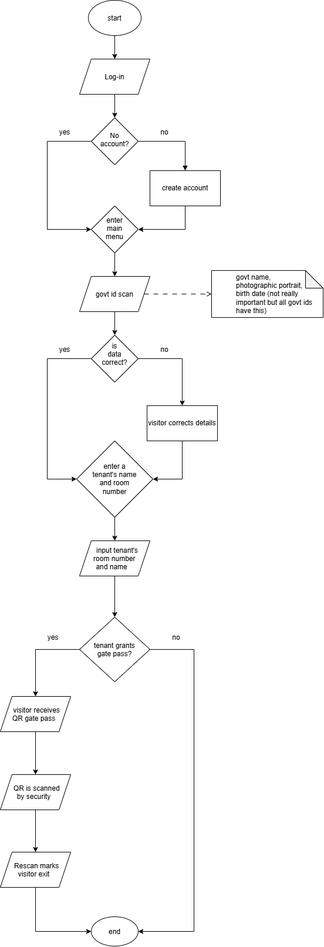
Earlier version of the draw.io export assets/images/visitor-gate-pass-business-process-flowchart.png (JamesInopia/visitor-gate-pass-app). Source tidied: cells renumbered, new cells last; positions are measured from the earlier drawing's top-left corner, leaving out a move shared by most shapes.
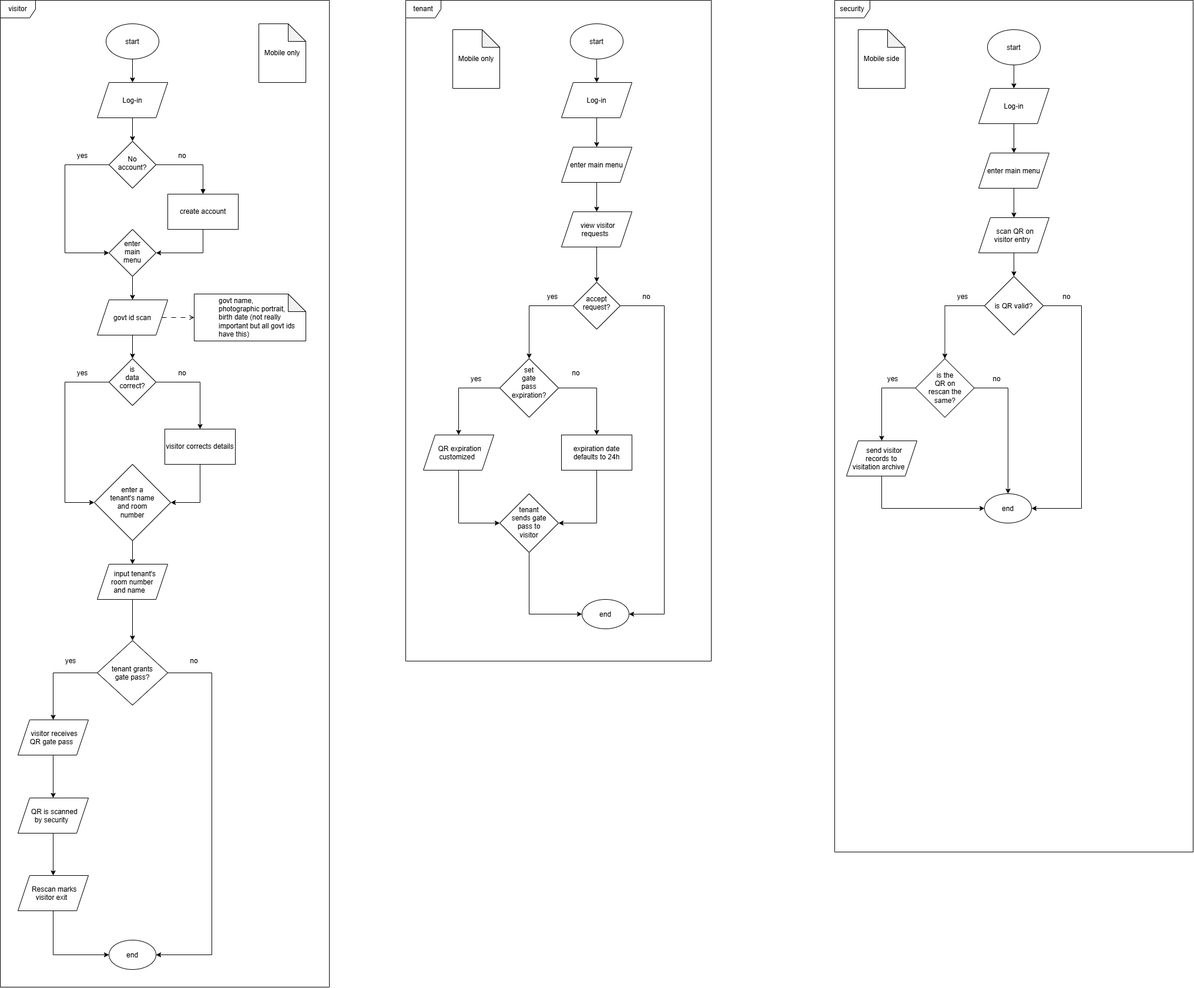
Later version of the same file.

Commit message:
docs/updated-process-flowchart

The edit, as a diff of the source:
```diff
@@ -134,10 +134,177 @@
       <mxGeometry x="155" y="1560" width="80" height="50" as="geometry" />
     </mxCell>
     <mxCell id="40" value="&lt;blockquote style=&quot;margin: 0 0 0 40px; border: none; padding: 0px;&quot;&gt;govt name,&lt;br&gt;photographic portrait, &lt;div style=&quot;&quot;&gt;&lt;span style=&quot;background-color: transparent; color: light-dark(rgb(0, 0, 0), rgb(255, 255, 255));&quot;&gt;birth date (not really important but all govt ids have this)&lt;/span&gt;&lt;/div&gt;&lt;/blockquote&gt;" style="shape=note;whiteSpace=wrap;html=1;backgroundOutline=1;darkOpacity=0.05;align=left;" parent="1" vertex="1">
-      <mxGeometry x="360" y="460" width="190" height="80" as="geometry" />
+      <mxGeometry x="300" y="460" width="190" height="80" as="geometry" />
     </mxCell>
     <mxCell id="41" style="edgeStyle=orthogonalEdgeStyle;rounded=0;jettySize=auto;html=1;exitX=1;exitY=0.5;exitDx=0;exitDy=0;entryX=0;entryY=0.5;entryDx=0;entryDy=0;entryPerimeter=0;dashed=1;dashPattern=8 8;endArrow=open;endFill=0;" parent="1" edge="1" source="16" target="40">
       <mxGeometry relative="1" as="geometry" />
     </mxCell>
+    <mxCell id="42" value="visitor" style="shape=umlFrame;whiteSpace=wrap;html=1;" parent="1" vertex="1">
+      <mxGeometry x="-30" y="-40" width="560" height="1680" as="geometry" />
+    </mxCell>
+    <mxCell id="43" value="tenant" style="shape=umlFrame;whiteSpace=wrap;html=1;" parent="1" vertex="1">
+      <mxGeometry x="660" y="-40" width="520" height="1125" as="geometry" />
+    </mxCell>
+    <mxCell id="44" value="security" style="shape=umlFrame;whiteSpace=wrap;html=1;" parent="1" vertex="1">
+      <mxGeometry x="1390" y="-40" width="610" height="1450" as="geometry" />
+    </mxCell>
+    <mxCell id="45" style="edgeStyle=orthogonalEdgeStyle;rounded=0;jettySize=auto;html=1;exitX=0.5;exitY=1;exitDx=0;exitDy=0;entryX=0.5;entryY=0;entryDx=0;entryDy=0;" parent="1" edge="1" source="46" target="48">
+      <mxGeometry relative="1" as="geometry" />
+    </mxCell>
+    <mxCell id="46" value="start" style="ellipse;whiteSpace=wrap;html=1;shapeInside=1;" parent="1" vertex="1">
+      <mxGeometry x="940" width="90" height="60" as="geometry" />
+    </mxCell>
+    <mxCell id="47" style="edgeStyle=orthogonalEdgeStyle;rounded=0;jettySize=auto;html=1;exitX=0.5;exitY=1;exitDx=0;exitDy=0;entryX=0.5;entryY=0;entryDx=0;entryDy=0;" parent="1" edge="1" source="48" target="63">
+      <mxGeometry relative="1" as="geometry" />
+    </mxCell>
+    <mxCell id="48" value="Log-in" style="shape=parallelogram;perimeter=parallelogramPerimeter;whiteSpace=wrap;html=1;shapeInside=1;fixedSize=1;" parent="1" vertex="1">
+      <mxGeometry x="925" y="100" width="120" height="60" as="geometry" />
+    </mxCell>
+    <mxCell id="49" value="Mobile only" style="shape=note;whiteSpace=wrap;html=1;backgroundOutline=1;darkOpacity=0.05;" parent="1" vertex="1">
+      <mxGeometry x="410" width="80" height="100" as="geometry" />
+    </mxCell>
+    <mxCell id="50" value="Mobile only" style="shape=note;whiteSpace=wrap;html=1;backgroundOutline=1;darkOpacity=0.05;" parent="1" vertex="1">
+      <mxGeometry x="740" y="10" width="80" height="100" as="geometry" />
+    </mxCell>
+    <mxCell id="51" value="Mobile side" style="shape=note;whiteSpace=wrap;html=1;backgroundOutline=1;darkOpacity=0.05;" parent="1" vertex="1">
+      <mxGeometry x="1430" y="10" width="80" height="100" as="geometry" />
+    </mxCell>
+    <mxCell id="52" style="edgeStyle=orthogonalEdgeStyle;rounded=0;jettySize=auto;html=1;exitX=0.5;exitY=1;exitDx=0;exitDy=0;entryX=0.5;entryY=0;entryDx=0;entryDy=0;" parent="1" edge="1" source="53" target="60">
+      <mxGeometry relative="1" as="geometry" />
+    </mxCell>
+    <mxCell id="53" value="view visitor requests" style="shape=parallelogram;perimeter=parallelogramPerimeter;whiteSpace=wrap;html=1;shapeInside=1;fixedSize=1;" parent="1" vertex="1">
+      <mxGeometry x="925" y="320" width="120" height="60" as="geometry" />
+    </mxCell>
+    <mxCell id="54" style="edgeStyle=orthogonalEdgeStyle;rounded=0;jettySize=auto;html=1;exitX=1;exitY=0.5;exitDx=0;exitDy=0;entryX=1;entryY=0.5;entryDx=0;entryDy=0;" parent="1" edge="1" target="71">
+      <mxGeometry x="0.04" relative="1" as="geometry">
+        <mxPoint x="995" y="480" as="sourcePoint" />
+        <Array as="points">
+          <mxPoint x="1100" y="480" />
+          <mxPoint x="1100" y="1005" />
+        </Array>
+      </mxGeometry>
+    </mxCell>
+    <mxCell id="55" style="edgeStyle=orthogonalEdgeStyle;rounded=0;jettySize=auto;html=1;exitX=0;exitY=0.5;exitDx=0;exitDy=0;entryX=0.5;entryY=0;entryDx=0;entryDy=0;" parent="1" edge="1" source="60" target="57">
+      <mxGeometry x="0.01" relative="1" as="geometry" />
+    </mxCell>
+    <mxCell id="56" style="edgeStyle=orthogonalEdgeStyle;rounded=0;jettySize=auto;html=1;exitX=1;exitY=0.5;exitDx=0;exitDy=0;entryX=0.5;entryY=0;entryDx=0;entryDy=0;" parent="1" edge="1" source="57" target="59">
+      <mxGeometry relative="1" as="geometry" />
+    </mxCell>
+    <mxCell id="57" value="set gate pass expiration?" style="rhombus;whiteSpace=wrap;html=1;shapeInside=1;" parent="1" vertex="1">
+      <mxGeometry x="820" y="570" width="100" height="100" as="geometry" />
+    </mxCell>
+    <mxCell id="58" style="edgeStyle=orthogonalEdgeStyle;rounded=0;jettySize=auto;html=1;exitX=0.5;exitY=1;exitDx=0;exitDy=0;entryX=1;entryY=0.5;entryDx=0;entryDy=0;" parent="1" edge="1" source="59" target="70">
+      <mxGeometry relative="1" as="geometry" />
+    </mxCell>
+    <mxCell id="59" value="expiration date defaults to 24h" style="shape=parallelogram;perimeter=parallelogramPerimeter;whiteSpace=wrap;html=1;shapeInside=1;fixedSize=1;size=-5;" parent="1" vertex="1">
+      <mxGeometry x="925" y="700" width="120" height="60" as="geometry" />
+    </mxCell>
+    <mxCell id="60" value="accept request?" style="rhombus;whiteSpace=wrap;html=1;shapeInside=1;" parent="1" vertex="1">
+      <mxGeometry x="945" y="440" width="80" height="80" as="geometry" />
+    </mxCell>
+    <mxCell id="61" value="yes" style="text;html=1;whiteSpace=wrap;strokeColor=none;fillColor=none;align=center;verticalAlign=middle;rounded=0;" parent="1" vertex="1">
+      <mxGeometry x="880" y="450" width="60" height="30" as="geometry" />
+    </mxCell>
+    <mxCell id="62" value="no" style="text;html=1;whiteSpace=wrap;strokeColor=none;fillColor=none;align=center;verticalAlign=middle;rounded=0;" parent="1" vertex="1">
+      <mxGeometry x="1040" y="450" width="60" height="30" as="geometry" />
+    </mxCell>
+    <mxCell id="63" value="enter main menu" style="shape=parallelogram;perimeter=parallelogramPerimeter;whiteSpace=wrap;html=1;shapeInside=1;fixedSize=1;" parent="1" vertex="1">
+      <mxGeometry x="925" y="210" width="120" height="60" as="geometry" />
+    </mxCell>
+    <mxCell id="64" style="edgeStyle=orthogonalEdgeStyle;rounded=0;jettySize=auto;html=1;exitX=0.5;exitY=1;exitDx=0;exitDy=0;entryX=0.5;entryY=0;entryDx=0;entryDy=0;" parent="1" edge="1" source="63" target="53">
+      <mxGeometry relative="1" as="geometry" />
+    </mxCell>
+    <mxCell id="65" style="edgeStyle=orthogonalEdgeStyle;rounded=0;jettySize=auto;html=1;exitX=0;exitY=0.5;exitDx=0;exitDy=0;entryX=0.5;entryY=0;entryDx=0;entryDy=0;" parent="1" edge="1" source="57" target="67">
+      <mxGeometry x="-0.05" relative="1" as="geometry" />
+    </mxCell>
+    <mxCell id="66" style="edgeStyle=orthogonalEdgeStyle;rounded=0;jettySize=auto;html=1;exitX=0.5;exitY=1;exitDx=0;exitDy=0;entryX=0;entryY=0.5;entryDx=0;entryDy=0;" parent="1" edge="1" source="67" target="70">
+      <mxGeometry relative="1" as="geometry" />
+    </mxCell>
+    <mxCell id="67" value="QR expiration customized" style="shape=parallelogram;perimeter=parallelogramPerimeter;whiteSpace=wrap;html=1;shapeInside=1;fixedSize=1;" parent="1" vertex="1">
+      <mxGeometry x="690" y="700" width="120" height="60" as="geometry" />
+    </mxCell>
+    <mxCell id="68" value="no" style="text;html=1;whiteSpace=wrap;strokeColor=none;fillColor=none;align=center;verticalAlign=middle;rounded=0;" parent="1" vertex="1">
+      <mxGeometry x="920" y="580" width="60" height="30" as="geometry" />
+    </mxCell>
+    <mxCell id="69" style="edgeStyle=orthogonalEdgeStyle;rounded=0;jettySize=auto;html=1;exitX=0.5;exitY=1;exitDx=0;exitDy=0;entryX=0;entryY=0.5;entryDx=0;entryDy=0;" parent="1" edge="1" source="70" target="71">
+      <mxGeometry relative="1" as="geometry" />
+    </mxCell>
+    <mxCell id="70" value="tenant sends gate pass to visitor" style="rhombus;whiteSpace=wrap;html=1;shapeInside=1;" parent="1" vertex="1">
+      <mxGeometry x="820" y="800" width="100" height="100" as="geometry" />
+    </mxCell>
+    <mxCell id="71" value="end" style="ellipse;whiteSpace=wrap;html=1;shapeInside=1;" parent="1" vertex="1">
+      <mxGeometry x="960" y="980" width="80" height="50" as="geometry" />
+    </mxCell>
+    <mxCell id="72" value="yes" style="text;html=1;whiteSpace=wrap;strokeColor=none;fillColor=none;align=center;verticalAlign=middle;rounded=0;" parent="1" vertex="1">
+      <mxGeometry x="750" y="590" width="60" height="30" as="geometry" />
+    </mxCell>
+    <mxCell id="73" style="edgeStyle=orthogonalEdgeStyle;rounded=0;jettySize=auto;html=1;exitX=0.5;exitY=1;exitDx=0;exitDy=0;entryX=0.5;entryY=0;entryDx=0;entryDy=0;" parent="1" edge="1" source="74" target="76">
+      <mxGeometry relative="1" as="geometry" />
+    </mxCell>
+    <mxCell id="74" value="start" style="ellipse;whiteSpace=wrap;html=1;shapeInside=1;" parent="1" vertex="1">
+      <mxGeometry x="1650" y="10" width="90" height="60" as="geometry" />
+    </mxCell>
+    <mxCell id="75" style="edgeStyle=orthogonalEdgeStyle;rounded=0;jettySize=auto;html=1;exitX=0.5;exitY=1;exitDx=0;exitDy=0;entryX=0.5;entryY=0;entryDx=0;entryDy=0;" parent="1" edge="1" source="76" target="77">
+      <mxGeometry relative="1" as="geometry" />
+    </mxCell>
+    <mxCell id="76" value="Log-in" style="shape=parallelogram;perimeter=parallelogramPerimeter;whiteSpace=wrap;html=1;shapeInside=1;fixedSize=1;" parent="1" vertex="1">
+      <mxGeometry x="1635" y="110" width="120" height="60" as="geometry" />
+    </mxCell>
+    <mxCell id="77" value="enter main menu" style="shape=parallelogram;perimeter=parallelogramPerimeter;whiteSpace=wrap;html=1;shapeInside=1;fixedSize=1;" parent="1" vertex="1">
+      <mxGeometry x="1635" y="220" width="120" height="60" as="geometry" />
+    </mxCell>
+    <mxCell id="78" style="edgeStyle=orthogonalEdgeStyle;rounded=0;jettySize=auto;html=1;exitX=0;exitY=0.5;exitDx=0;exitDy=0;entryX=0.5;entryY=0;entryDx=0;entryDy=0;" parent="1" edge="1" source="80" target="89">
+      <mxGeometry x="-0.12" relative="1" as="geometry" />
+    </mxCell>
+    <mxCell id="79" style="edgeStyle=orthogonalEdgeStyle;rounded=0;jettySize=auto;html=1;exitX=1;exitY=0.5;exitDx=0;exitDy=0;entryX=1;entryY=0.5;entryDx=0;entryDy=0;" parent="1" edge="1" source="80" target="84">
+      <mxGeometry x="0.43" relative="1" as="geometry">
+        <Array as="points">
+          <mxPoint x="1810" y="480" />
+          <mxPoint x="1810" y="825" />
+        </Array>
+      </mxGeometry>
+    </mxCell>
+    <mxCell id="80" value="is QR valid?" style="rhombus;whiteSpace=wrap;html=1;shapeInside=1;" parent="1" vertex="1">
+      <mxGeometry x="1645" y="430" width="100" height="100" as="geometry" />
+    </mxCell>
+    <mxCell id="81" value="no" style="text;html=1;whiteSpace=wrap;strokeColor=none;fillColor=none;align=center;verticalAlign=middle;rounded=0;" parent="1" vertex="1">
+      <mxGeometry x="1755" y="450" width="60" height="30" as="geometry" />
+    </mxCell>
+    <mxCell id="82" value="yes" style="text;html=1;whiteSpace=wrap;strokeColor=none;fillColor=none;align=center;verticalAlign=middle;rounded=0;" parent="1" vertex="1">
+      <mxGeometry x="1577.5" y="450" width="60" height="30" as="geometry" />
+    </mxCell>
+    <mxCell id="83" style="edgeStyle=orthogonalEdgeStyle;rounded=0;jettySize=auto;html=1;exitX=0.5;exitY=1;exitDx=0;exitDy=0;entryX=0.5;entryY=0;entryDx=0;entryDy=0;" parent="1" edge="1" source="77" target="86">
+      <mxGeometry relative="1" as="geometry" />
+    </mxCell>
+    <mxCell id="84" value="end" style="ellipse;whiteSpace=wrap;html=1;shapeInside=1;" parent="1" vertex="1">
+      <mxGeometry x="1645" y="800" width="80" height="50" as="geometry" />
+    </mxCell>
+    <mxCell id="85" style="edgeStyle=orthogonalEdgeStyle;rounded=0;jettySize=auto;html=1;exitX=0.5;exitY=1;exitDx=0;exitDy=0;entryX=0.5;entryY=0;entryDx=0;entryDy=0;" parent="1" edge="1" source="86" target="80">
+      <mxGeometry relative="1" as="geometry" />
+    </mxCell>
+    <mxCell id="86" value="scan QR on visitor entry" style="shape=parallelogram;perimeter=parallelogramPerimeter;whiteSpace=wrap;html=1;shapeInside=1;fixedSize=1;" parent="1" vertex="1">
+      <mxGeometry x="1635" y="330" width="120" height="60" as="geometry" />
+    </mxCell>
+    <mxCell id="87" style="edgeStyle=orthogonalEdgeStyle;rounded=0;jettySize=auto;html=1;exitX=0;exitY=0.5;exitDx=0;exitDy=0;entryX=0.5;entryY=0;entryDx=0;entryDy=0;" parent="1" edge="1" source="89" target="91">
+      <mxGeometry relative="1" as="geometry" />
+    </mxCell>
+    <mxCell id="88" style="edgeStyle=orthogonalEdgeStyle;rounded=0;jettySize=auto;html=1;exitX=1;exitY=0.5;exitDx=0;exitDy=0;entryX=0.5;entryY=0;entryDx=0;entryDy=0;" parent="1" edge="1" source="89" target="84">
+      <mxGeometry relative="1" as="geometry" />
+    </mxCell>
+    <mxCell id="89" value="is the QR on rescan the same?" style="rhombus;whiteSpace=wrap;html=1;shapeInside=1;" parent="1" vertex="1">
+      <mxGeometry x="1527.5" y="570" width="100" height="100" as="geometry" />
+    </mxCell>
+    <mxCell id="90" style="edgeStyle=orthogonalEdgeStyle;rounded=0;jettySize=auto;html=1;exitX=0.5;exitY=1;exitDx=0;exitDy=0;entryX=0;entryY=0.5;entryDx=0;entryDy=0;" parent="1" edge="1" source="91" target="84">
+      <mxGeometry relative="1" as="geometry" />
+    </mxCell>
+    <mxCell id="91" value="send visitor records to visitation archive" style="shape=parallelogram;perimeter=parallelogramPerimeter;whiteSpace=wrap;html=1;shapeInside=1;fixedSize=1;" parent="1" vertex="1">
+      <mxGeometry x="1410" y="710" width="120" height="60" as="geometry" />
+    </mxCell>
+    <mxCell id="92" value="no" style="text;html=1;whiteSpace=wrap;strokeColor=none;fillColor=none;align=center;verticalAlign=middle;rounded=0;" parent="1" vertex="1">
+      <mxGeometry x="1636.2" y="590" width="60" height="30" as="geometry" />
+    </mxCell>
+    <mxCell id="93" value="yes" style="text;html=1;whiteSpace=wrap;strokeColor=none;fillColor=none;align=center;verticalAlign=middle;rounded=0;" parent="1" vertex="1">
+      <mxGeometry x="1458.8" y="590" width="60" height="30" as="geometry" />
+    </mxCell>
   </root>
 </mxGraphModel>
```
